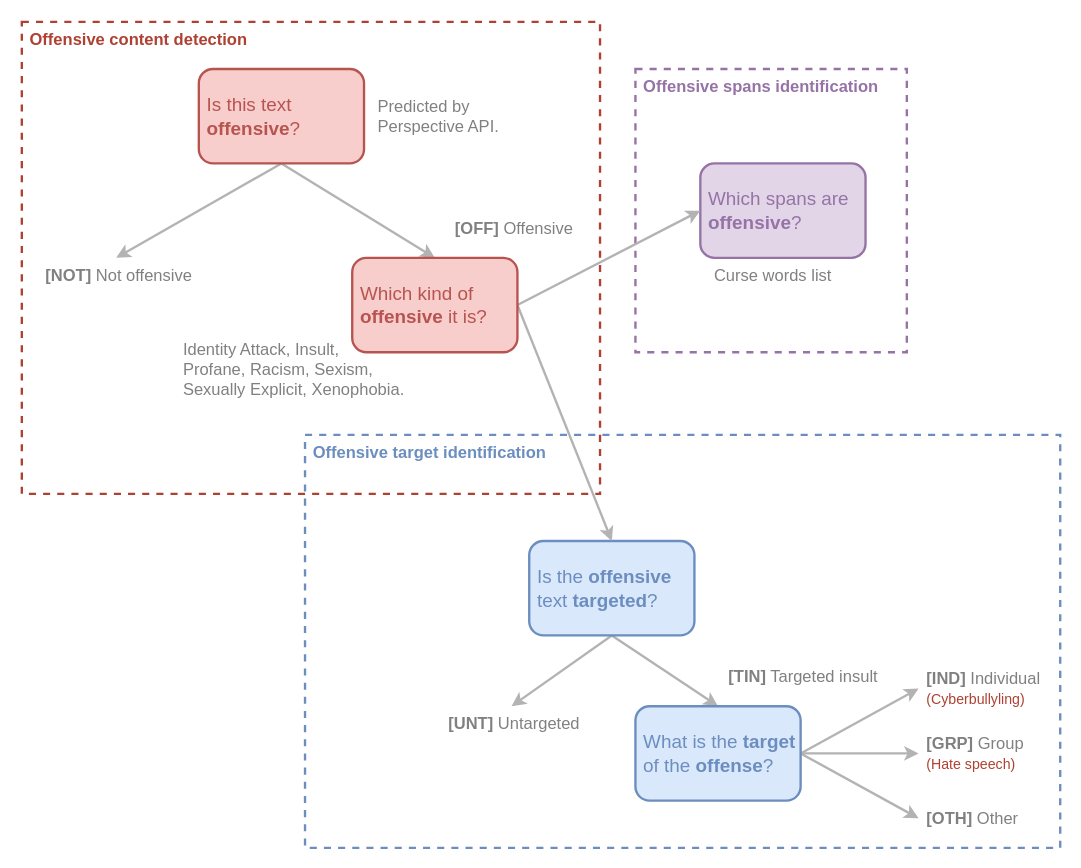
The draw.io diagram page "hierarchical_levels2" (3 of 4) of docs/diagrams/diagrams.drawio in DougTrajano/ToChiquinho, before the edit. Source tidied: cells renumbered, new cells numbered last; positions are measured from the earlier drawing's top-left corner, leaving out a move shared by most shapes. Both pictures are drawn from the tidied source at 118%, with x=0, y=0 at pixel (21, 21).
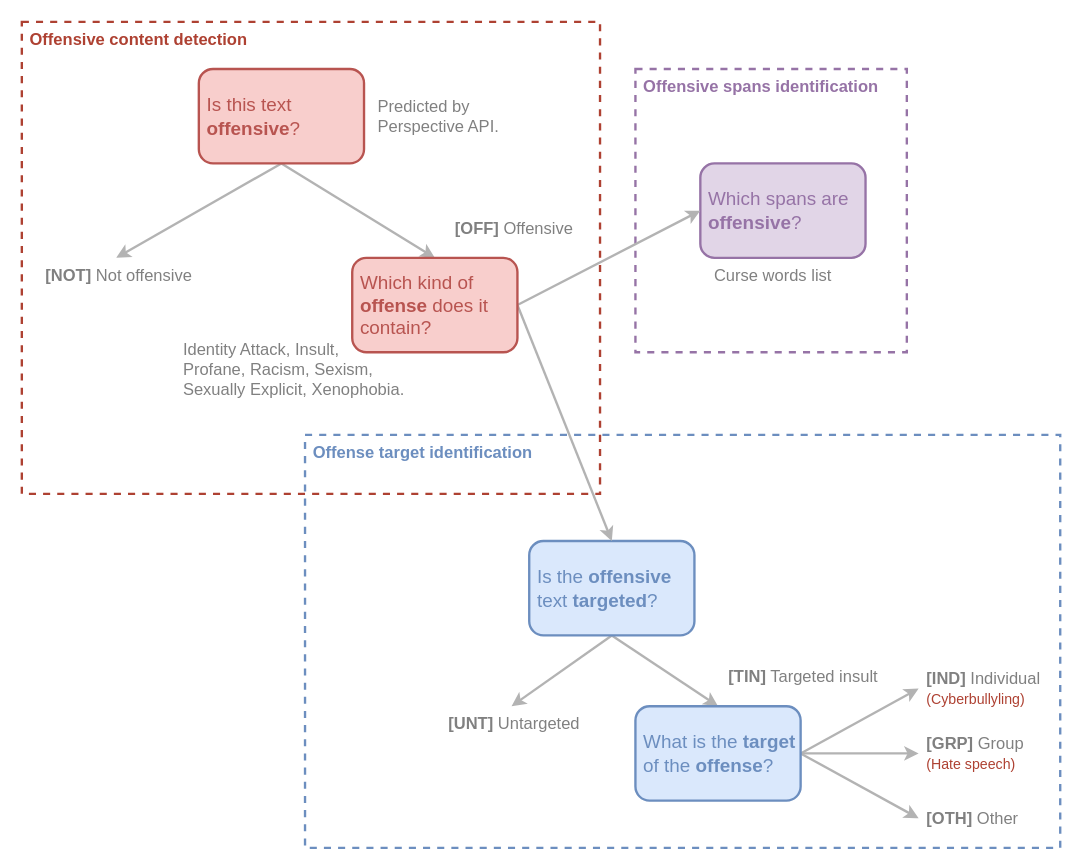
After the change.

Change to the diagram source:
```diff
@@
-    <mxCell id="4" value="Offensive target identification" style="rounded=0;whiteSpace=wrap;html=1;strokeColor=#6c8ebf;fillColor=none;verticalAlign=top;align=left;fontColor=#6C8EBF;strokeWidth=2;spacingLeft=5;fontSize=14;fontStyle=1;dashed=1;" parent="1" vertex="1">
+    <mxCell id="4" value="Offense target identification" style="rounded=0;whiteSpace=wrap;html=1;strokeColor=#6c8ebf;fillColor=none;verticalAlign=top;align=left;fontColor=#6C8EBF;strokeWidth=2;spacingLeft=5;fontSize=14;fontStyle=1;dashed=1;" parent="1" vertex="1">
       <mxGeometry x="240" y="350" width="640" height="350" as="geometry" />
     </mxCell>
@@
-    <mxCell id="25" value="Which kind of &lt;b&gt;offensive&lt;/b&gt; it is?" style="rounded=1;whiteSpace=wrap;html=1;fillColor=#f8cecc;align=left;strokeColor=#b85450;strokeWidth=2;spacingLeft=5;fontSize=16;fontColor=#B85450;" parent="1" vertex="1">
+    <mxCell id="25" value="Which kind of &lt;b&gt;offense&lt;/b&gt; does it contain?" style="rounded=1;whiteSpace=wrap;html=1;fillColor=#f8cecc;align=left;strokeColor=#b85450;strokeWidth=2;spacingLeft=5;fontSize=16;fontColor=#B85450;" parent="1" vertex="1">
       <mxGeometry x="280" y="200" width="140" height="80" as="geometry" />
     </mxCell>
```
